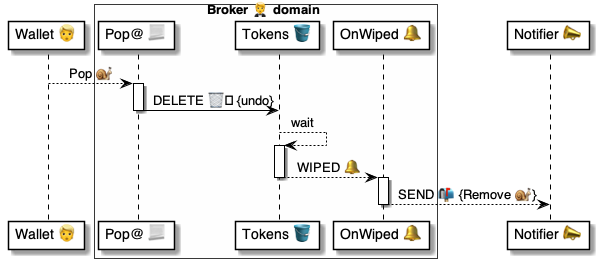
Before: 4 ⚙️ Solution/20 🧑‍🦰 UI/Brokers 🤵/🤵🪣 Broker tables/Tokens 🎫 table/🪣🔔 8 Purged/🤵 OnTokenPurged ⚙️ uml.png, a diagram exported from PlantUML (pollyweb-org/pollyweb-docs). Its source is kept beside it as 4 ⚙️ Solution/20 🧑‍🦰 UI/Brokers 🤵/🤵🪣 Broker tables/Tokens 🎫 table/🪣🔔 8 Purged/🤵 OnTokenPurged ⚙️ uml.puml. Its diagram source:
```plantuml
@startuml OnTokenPurged

participant "Wallet 👱" as wallet

box Broker 🤵 domain #FFFFFA
    participant "Pop@ 📃" as remove
    participant "Tokens 🪣" as tokens
    participant "OnWiped 🔔" as purge
end box

participant "Notifier 📣" as notifier

wallet --> remove: Pop 🐌

activate remove
    remove -> tokens: DELETE 🗑️ {undo}
deactivate remove


    tokens --> tokens: wait
activate tokens
    tokens --> purge: WIPED 🔔
deactivate tokens

activate purge
    purge --> notifier: SEND 📬 {Remove 🐌}
deactivate purge

@enduml
```
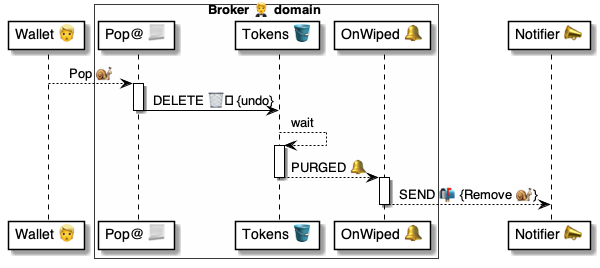
Later version of the same file.

The edit, as a diff of the source:
```diff
@@ -19,7 +19,7 @@
 
     tokens --> tokens: wait
 activate tokens
-    tokens --> purge: WIPED 🔔
+    tokens --> purge: PURGED 🔔
 deactivate tokens
 
 activate purge
```
